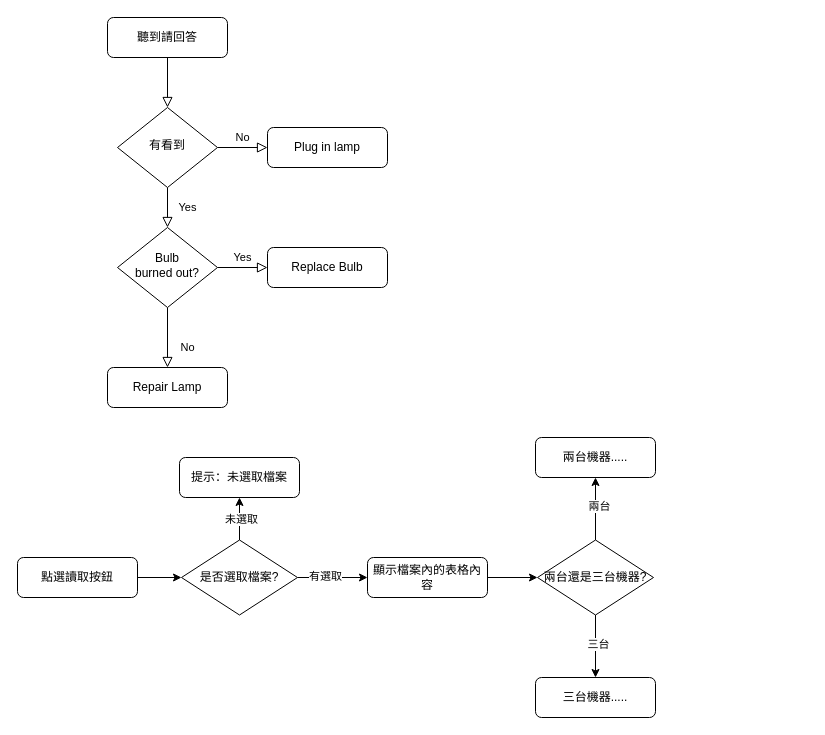
Above: page "Page-1" (1 of 2) of 未命名绘图.drawio in weiyo176/---- (draw.io), before the change. Source tidied: cells renumbered, new cells numbered last; positions are measured from the earlier drawing's top-left corner, leaving out a move shared by most shapes. Both pictures are drawn from the tidied source at 100%, with x=0, y=0 at pixel (17, 17).
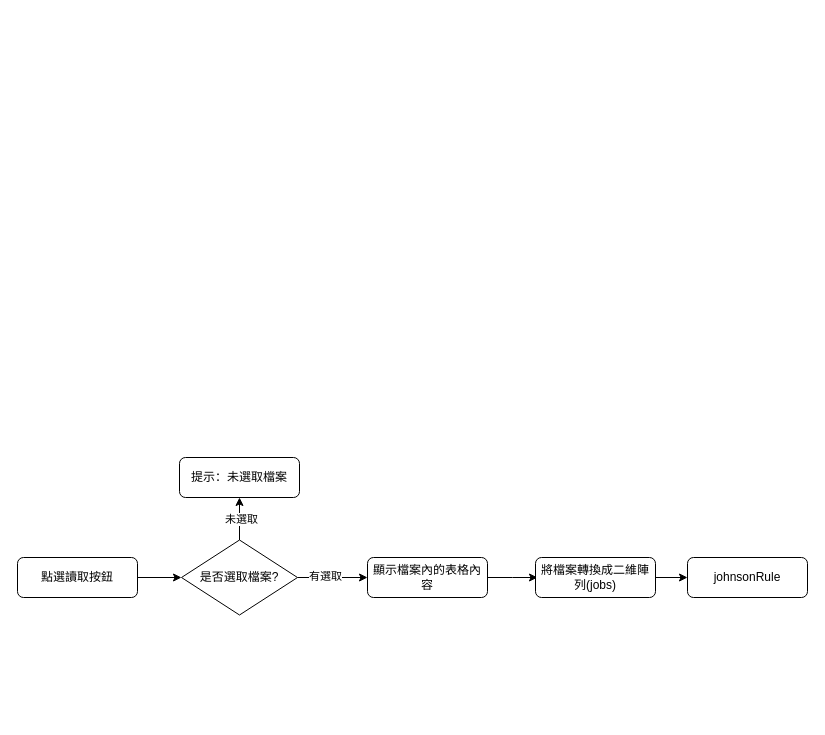
Above is the later version.

The change refers to these unchanged cells:
```xml
<mxCell id="22" value="顯示檔案內的表格內容" style="rounded=1;whiteSpace=wrap;html=1;fontSize=12;glass=0;strokeWidth=1;shadow=0;" parent="1" vertex="1">
  <mxGeometry x="350" y="540" width="120" height="40" as="geometry" />
</mxCell>
```

The edit, as a diff of the source:
```diff
@@
-    <mxCell id="2" style="rounded=0;html=1;jettySize=auto;fontSize=11;endArrow=block;endFill=0;endSize=8;strokeWidth=1;shadow=0;labelBackgroundColor=none;edgeStyle=orthogonalEdgeStyle;" parent="1" edge="1" source="3" target="6">
-      <mxGeometry relative="1" as="geometry" />
-    </mxCell>
-    <mxCell id="3" value="聽到請回答" style="rounded=1;whiteSpace=wrap;html=1;fontSize=12;glass=0;strokeWidth=1;shadow=0;" parent="1" vertex="1">
-      <mxGeometry x="90" width="120" height="40" as="geometry" />
-    </mxCell>
-    <mxCell id="4" value="Yes" style="rounded=0;html=1;jettySize=auto;fontSize=11;endArrow=block;endFill=0;endSize=8;strokeWidth=1;shadow=0;labelBackgroundColor=none;edgeStyle=orthogonalEdgeStyle;" parent="1" edge="1" source="6" target="10">
-      <mxGeometry y="20" relative="1" as="geometry" />
-    </mxCell>
-    <mxCell id="5" value="No" style="edgeStyle=orthogonalEdgeStyle;rounded=0;html=1;jettySize=auto;fontSize=11;endArrow=block;endFill=0;endSize=8;strokeWidth=1;shadow=0;labelBackgroundColor=none;" parent="1" edge="1" source="6" target="7">
-      <mxGeometry y="10" relative="1" as="geometry" />
-    </mxCell>
-    <mxCell id="6" value="有看到" style="rhombus;whiteSpace=wrap;html=1;shadow=0;fontFamily=Helvetica;fontSize=12;align=center;strokeWidth=1;spacing=6;spacingTop=-4;" parent="1" vertex="1">
-      <mxGeometry x="100" y="90" width="100" height="80" as="geometry" />
-    </mxCell>
-    <mxCell id="7" value="Plug in lamp" style="rounded=1;whiteSpace=wrap;html=1;fontSize=12;glass=0;strokeWidth=1;shadow=0;" parent="1" vertex="1">
-      <mxGeometry x="250" y="110" width="120" height="40" as="geometry" />
-    </mxCell>
-    <mxCell id="8" value="No" style="rounded=0;html=1;jettySize=auto;fontSize=11;endArrow=block;endFill=0;endSize=8;strokeWidth=1;shadow=0;labelBackgroundColor=none;edgeStyle=orthogonalEdgeStyle;" parent="1" edge="1" source="10" target="11">
-      <mxGeometry x="0.33" y="20" relative="1" as="geometry" />
-    </mxCell>
-    <mxCell id="9" value="Yes" style="edgeStyle=orthogonalEdgeStyle;rounded=0;html=1;jettySize=auto;fontSize=11;endArrow=block;endFill=0;endSize=8;strokeWidth=1;shadow=0;labelBackgroundColor=none;" parent="1" edge="1" source="10" target="12">
-      <mxGeometry y="10" relative="1" as="geometry" />
-    </mxCell>
-    <mxCell id="10" value="Bulb&lt;br&gt;burned out?" style="rhombus;whiteSpace=wrap;html=1;shadow=0;fontFamily=Helvetica;fontSize=12;align=center;strokeWidth=1;spacing=6;spacingTop=-4;" parent="1" vertex="1">
-      <mxGeometry x="100" y="210" width="100" height="80" as="geometry" />
-    </mxCell>
-    <mxCell id="11" value="Repair Lamp" style="rounded=1;whiteSpace=wrap;html=1;fontSize=12;glass=0;strokeWidth=1;shadow=0;" parent="1" vertex="1">
-      <mxGeometry x="90" y="350" width="120" height="40" as="geometry" />
-    </mxCell>
-    <mxCell id="12" value="Replace Bulb" style="rounded=1;whiteSpace=wrap;html=1;fontSize=12;glass=0;strokeWidth=1;shadow=0;" parent="1" vertex="1">
-      <mxGeometry x="250" y="230" width="120" height="40" as="geometry" />
-    </mxCell>
@@
-    <mxCell id="21" style="edgeStyle=orthogonalEdgeStyle;rounded=0;jettySize=auto;html=1;" parent="1" edge="1" source="22" target="27">
-      <mxGeometry relative="1" as="geometry" />
+    <mxCell id="21" style="edgeStyle=orthogonalEdgeStyle;rounded=0;jettySize=auto;html=1;" parent="1" edge="1" source="22">
+      <mxGeometry relative="1" as="geometry">
+        <mxPoint x="520" y="560" as="targetPoint" />
+      </mxGeometry>
     </mxCell>
@@
-    <mxCell id="23" style="edgeStyle=orthogonalEdgeStyle;rounded=0;jettySize=auto;html=1;" parent="1" edge="1" source="27" target="29">
-      <mxGeometry relative="1" as="geometry" />
-    </mxCell>
-    <mxCell id="24" value="三台" style="edgeLabel;html=1;align=center;verticalAlign=middle;" parent="23" vertex="1">
-      <mxGeometry x="-0.06" y="2" relative="1" as="geometry" />
-    </mxCell>
-    <mxCell id="25" style="edgeStyle=orthogonalEdgeStyle;rounded=0;jettySize=auto;html=1;" parent="1" edge="1" source="27" target="28">
-      <mxGeometry relative="1" as="geometry" />
-    </mxCell>
-    <mxCell id="26" value="兩台" style="edgeLabel;html=1;align=center;verticalAlign=middle;" parent="25" vertex="1">
-      <mxGeometry x="0.08" y="-3" relative="1" as="geometry" />
-    </mxCell>
-    <mxCell id="27" value="兩台還是三台機器?" style="rhombus;whiteSpace=wrap;html=1;" parent="1" vertex="1">
-      <mxGeometry x="520" y="522.5" width="116" height="75" as="geometry" />
-    </mxCell>
+    <mxCell id="30" style="edgeStyle=orthogonalEdgeStyle;rounded=0;jettySize=auto;html=1;" parent="1" edge="1" source="28" target="31">
+      <mxGeometry relative="1" as="geometry" />
+    </mxCell>
-    <mxCell id="28" value="兩台機器....." style="rounded=1;whiteSpace=wrap;html=1;fontSize=12;glass=0;strokeWidth=1;shadow=0;" parent="1" vertex="1">
-      <mxGeometry x="518" y="420" width="120" height="40" as="geometry" />
+    <mxCell id="28" value="將檔案轉換成二維陣列(jobs)" style="rounded=1;whiteSpace=wrap;html=1;fontSize=12;glass=0;strokeWidth=1;shadow=0;" parent="1" vertex="1">
+      <mxGeometry x="518" y="540" width="120" height="40" as="geometry" />
     </mxCell>
-    <mxCell id="29" value="三台機器....." style="rounded=1;whiteSpace=wrap;html=1;fontSize=12;glass=0;strokeWidth=1;shadow=0;" parent="1" vertex="1">
-      <mxGeometry x="518" y="660" width="120" height="40" as="geometry" />
-    </mxCell>
+    <mxCell id="31" value="johnsonRule" style="whiteSpace=wrap;html=1;rounded=1;glass=0;strokeWidth=1;shadow=0;" parent="1" vertex="1">
+      <mxGeometry x="670" y="540" width="120" height="40" as="geometry" />
+    </mxCell>
```
